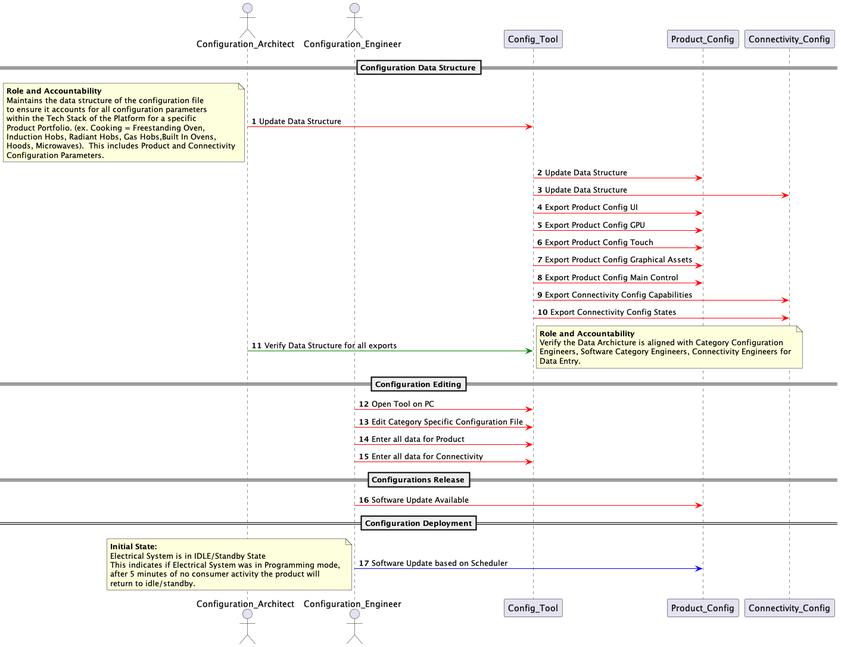
The PlantUML diagram configurations_and_capabilities/images/out/config_activity_diagram/configuration_process.png in wjelston/wallaceelston.github.io, before a commit. Its diagram source:
```plantuml
@startuml Configuration_Process


    autonumber
    actor Configuration_Architect
    actor Configuration_Engineer

    ==Configuration Data Structure==

    Configuration_Architect -[#red]> Config_Tool : Update Data Structure
    note left
    **Role and Accountability**
    Maintains the data structure of the configuration file
    to ensure it accounts for all configuration parameters
    within the Tech Stack of the Platform for a specific
    Product Portfolio. (ex. Cooking = Freestanding Oven,
    Induction Hobs, Radiant Hobs, Gas Hobs,Built In Ovens,
    Hoods, Microwaves).  This includes Product and Connectivity
    Configuration Parameters.
    end note

    Config_Tool -[#red]> Product_Config : Update Data Structure
    Config_Tool -[#red]> Connectivity_Config : Update Data Structure
    Config_Tool -[#red]> Product_Config: Export Product Config UI
    Config_Tool -[#red]> Product_Config: Export Product Config GPU
    Config_Tool -[#red]> Product_Config: Export Product Config Touch
    Config_Tool -[#red]> Product_Config: Export Product Config Graphical Assets
    Config_Tool -[#red]> Product_Config: Export Product Config Main Control
    Config_Tool -[#red]> Connectivity_Config: Export Connectivity Config Capabilities
    Config_Tool -[#red]> Connectivity_Config: Export Connectivity Config States
    Configuration_Architect -[#Green]> Config_Tool: Verify Data Structure for all exports
    note right
    **Role and Accountability**
    Verify the Data Archicture is aligned with Category Configuration
    Engineers, Software Category Engineers, Connectivity Engineers for
    Data Entry.
    end note

    ==Configuration Editing==

    Configuration_Engineer -[#red]> Config_Tool : Open Tool on PC
    Configuration_Engineer -[#red]> Config_Tool : Edit Category Specific Configuration File
    Configuration_Engineer -[#red]> Config_Tool : Enter all data for Product
    Configuration_Engineer -[#red]> Config_Tool : Enter all data for Connectivity

    ==Configurations Release==

    Configuration_Engineer -[#red]> Product_Config : Software Update Available

    ==Configuration Deployment==

   Configuration_Engineer -[#blue]> Product_Config: Software Update based on Scheduler
    note left
    **Initial State:**
    Electrical System is in IDLE/Standby State
    This indicates if Electrical System was in Programming mode,
    after 5 minutes of no consumer activity the product will
    return to idle/standby.
    end note

@enduml
```
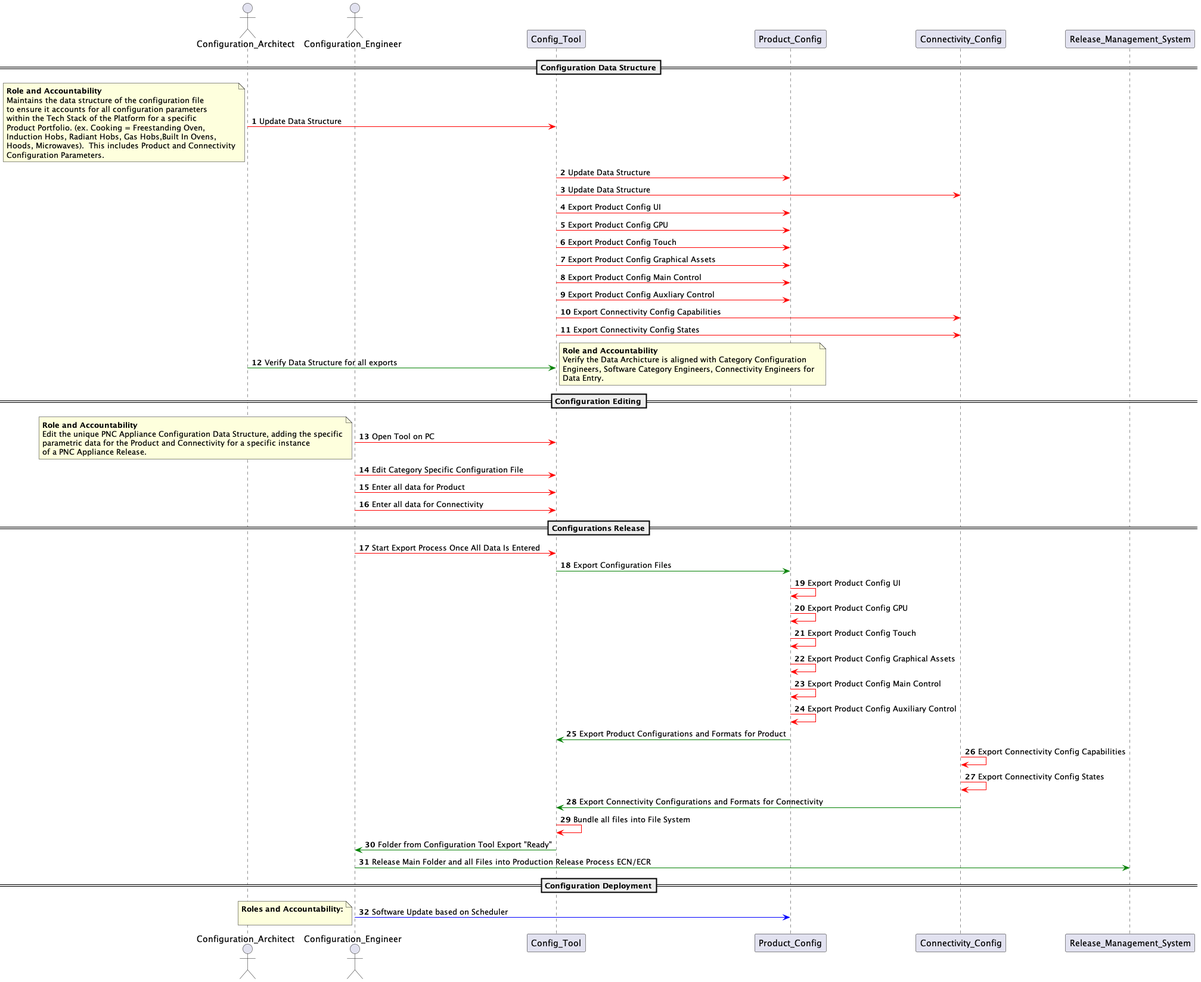
Above is the later version.

What changed in the source:
```diff
@@ -1,4 +1,4 @@
-@startuml Configuration_Process
+@startuml configuration_process
 
 
     autonumber
@@ -26,6 +26,7 @@
     Config_Tool -[#red]> Product_Config: Export Product Config Touch
     Config_Tool -[#red]> Product_Config: Export Product Config Graphical Assets
     Config_Tool -[#red]> Product_Config: Export Product Config Main Control
+    Config_Tool -[#red]> Product_Config: Export Product Config Auxliary Control
     Config_Tool -[#red]> Connectivity_Config: Export Connectivity Config Capabilities
     Config_Tool -[#red]> Connectivity_Config: Export Connectivity Config States
     Configuration_Architect -[#Green]> Config_Tool: Verify Data Structure for all exports
@@ -39,23 +40,40 @@
     ==Configuration Editing==
 
     Configuration_Engineer -[#red]> Config_Tool : Open Tool on PC
+    note left
+    **Role and Accountability**
+    Edit the unique PNC Appliance Configuration Data Structure, adding the specific
+    parametric data for the Product and Connectivity for a specific instance
+    of a PNC Appliance Release.
+    end note
     Configuration_Engineer -[#red]> Config_Tool : Edit Category Specific Configuration File
     Configuration_Engineer -[#red]> Config_Tool : Enter all data for Product
     Configuration_Engineer -[#red]> Config_Tool : Enter all data for Connectivity
 
     ==Configurations Release==
 
-    Configuration_Engineer -[#red]> Product_Config : Software Update Available
+    Configuration_Engineer -[#red]> Config_Tool : Start Export Process Once All Data Is Entered
+    Config_Tool -[#Green]> Product_Config: Export Configuration Files
+    Product_Config -[#red]> Product_Config: Export Product Config UI
+    Product_Config -[#red]> Product_Config: Export Product Config GPU
+    Product_Config -[#red]> Product_Config: Export Product Config Touch
+    Product_Config -[#red]> Product_Config: Export Product Config Graphical Assets
+    Product_Config -[#red]> Product_Config: Export Product Config Main Control
+    Product_Config -[#red]> Product_Config: Export Product Config Auxiliary Control
+    Product_Config -[#green]> Config_Tool: Export Product Configurations and Formats for Product
+    Connectivity_Config -[#red]> Connectivity_Config: Export Connectivity Config Capabilities
+    Connectivity_Config -[#red]> Connectivity_Config: Export Connectivity Config States
+    Connectivity_Config -[#green]> Config_Tool: Export Connectivity Configurations and Formats for Connectivity
+    Config_Tool -[#red]> Config_Tool: Bundle all files into File System
+    Config_Tool -[#Green]> Configuration_Engineer: Folder from Configuration Tool Export "Ready"
+    Configuration_Engineer -[#Green]> Release_Management_System: Release Main Folder and all Files into Production Release Process ECN/ECR
 
     ==Configuration Deployment==
 
    Configuration_Engineer -[#blue]> Product_Config: Software Update based on Scheduler
     note left
-    **Initial State:**
-    Electrical System is in IDLE/Standby State
-    This indicates if Electrical System was in Programming mode,
-    after 5 minutes of no consumer activity the product will
-    return to idle/standby.
+    **Roles and Accountability:**
+
     end note
 
 @enduml
```
